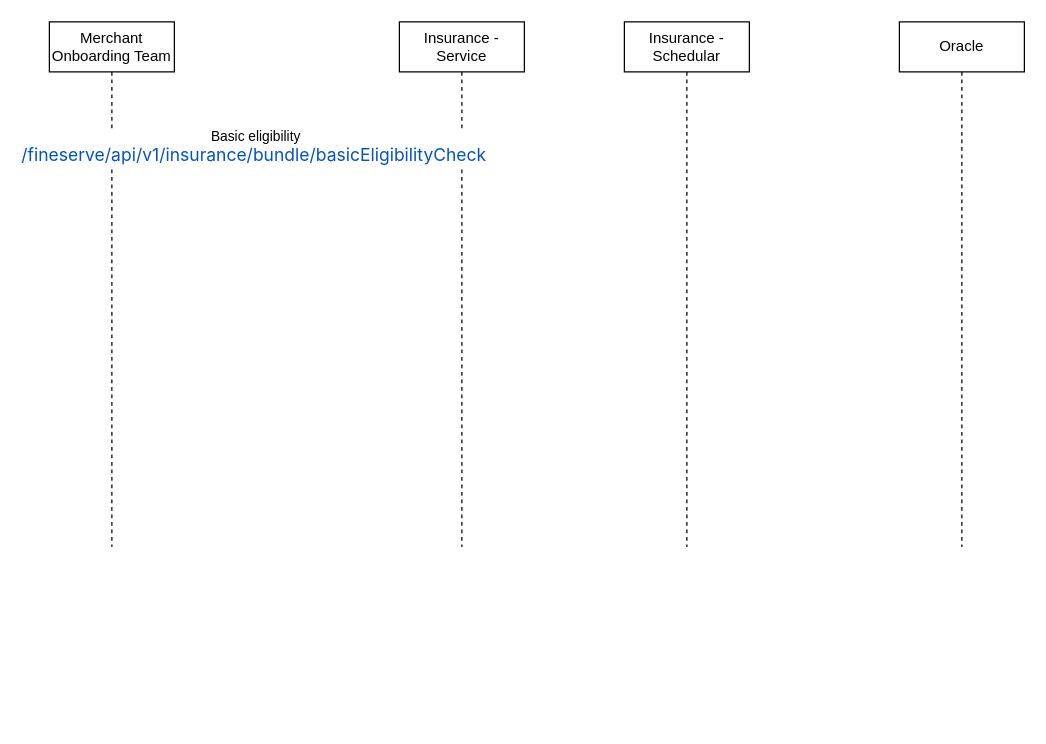
Above: GPA on bundle.drawio in ashwiniadlakha/draw_io (draw.io), before the change. Source tidied: cells renumbered, new cells numbered last; positions are measured from the earlier drawing's top-left corner, leaving out a move shared by most shapes. Both pictures are drawn from the tidied source at 125%, with x=0, y=0 at pixel (49, 21).
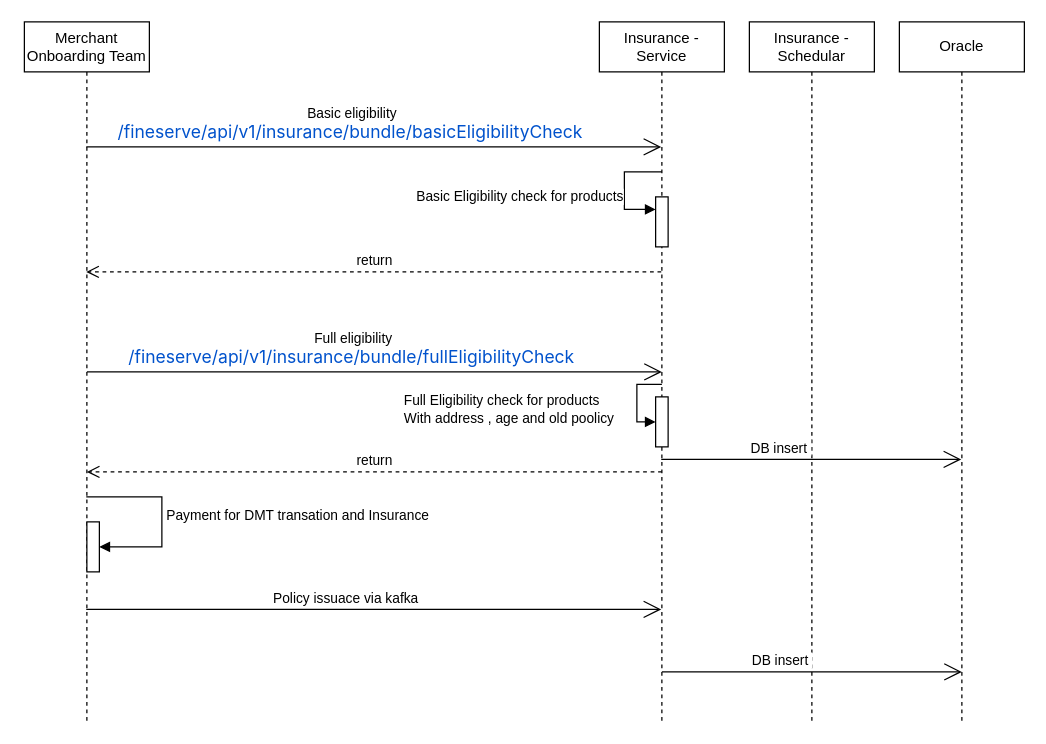
The same page after the edit.

Unchanged cells that the change refers to:
```xml
<mxCell id="6" style="endArrow=open;endFill=1;endSize=12;html=1;rounded=0;" parent="1" edge="1" source="2" target="3">
  <mxGeometry relative="1" as="geometry">
    <Array as="points">
      <mxPoint x="190" y="100" />
    </Array>
  </mxGeometry>
</mxCell>
```

What changed in the source:
```diff
@@
     <mxCell id="2" value="Merchant Onboarding Team" style="shape=umlLifeline;perimeter=lifelinePerimeter;whiteSpace=wrap;html=1;outlineConnect=0;portConstraint=eastwest;newEdgeStyle={&quot;edgeStyle&quot;:&quot;elbowEdgeStyle&quot;,&quot;elbow&quot;:&quot;vertical&quot;,&quot;curved&quot;:0,&quot;rounded&quot;:0};" parent="1" vertex="1">
-      <mxGeometry width="100" height="420" as="geometry" />
+      <mxGeometry x="-20" width="100" height="560" as="geometry" />
     </mxCell>
+    <mxCell id="8" style="html=1;points=[];perimeter=orthogonalPerimeter;outlineConnect=0;targetShapes=umlLifeline;portConstraint=eastwest;newEdgeStyle={&quot;edgeStyle&quot;:&quot;elbowEdgeStyle&quot;,&quot;elbow&quot;:&quot;vertical&quot;,&quot;curved&quot;:0,&quot;rounded&quot;:0};" parent="2" vertex="1">
+      <mxGeometry x="50" y="400" width="10" height="40" as="geometry" />
+    </mxCell>
+    <mxCell id="9" value="Payment for DMT transation and Insurance" style="html=1;align=left;spacingLeft=2;endArrow=block;rounded=0;edgeStyle=orthogonalEdgeStyle;curved=0;rounded=0;" parent="2" edge="1" source="2" target="8">
+      <mxGeometry relative="1" as="geometry">
+        <Array as="points">
+          <mxPoint x="110" y="380" />
+          <mxPoint x="110" y="420" />
+        </Array>
+      </mxGeometry>
+    </mxCell>
     <mxCell id="3" value="Insurance - Service" style="shape=umlLifeline;perimeter=lifelinePerimeter;whiteSpace=wrap;html=1;outlineConnect=0;portConstraint=eastwest;newEdgeStyle={&quot;edgeStyle&quot;:&quot;elbowEdgeStyle&quot;,&quot;elbow&quot;:&quot;vertical&quot;,&quot;curved&quot;:0,&quot;rounded&quot;:0};" parent="1" vertex="1">
-      <mxGeometry x="280" width="100" height="420" as="geometry" />
+      <mxGeometry x="440" width="100" height="560" as="geometry" />
     </mxCell>
+    <mxCell id="10" style="html=1;points=[];perimeter=orthogonalPerimeter;outlineConnect=0;targetShapes=umlLifeline;portConstraint=eastwest;newEdgeStyle={&quot;edgeStyle&quot;:&quot;elbowEdgeStyle&quot;,&quot;elbow&quot;:&quot;vertical&quot;,&quot;curved&quot;:0,&quot;rounded&quot;:0};" parent="3" vertex="1">
+      <mxGeometry x="45" y="140" width="10" height="40" as="geometry" />
+    </mxCell>
+    <mxCell id="11" value="Basic Eligibility check for products" style="html=1;align=left;spacingLeft=2;endArrow=block;rounded=0;edgeStyle=orthogonalEdgeStyle;curved=0;rounded=0;" parent="3" edge="1" target="10">
+      <mxGeometry x="0.18" y="-170" relative="1" as="geometry">
+        <mxPoint x="50" y="120" as="sourcePoint" />
+        <Array as="points">
+          <mxPoint x="20" y="120" />
+          <mxPoint x="20" y="150" />
+        </Array>
+      </mxGeometry>
+    </mxCell>
+    <mxCell id="12" style="html=1;points=[];perimeter=orthogonalPerimeter;outlineConnect=0;targetShapes=umlLifeline;portConstraint=eastwest;newEdgeStyle={&quot;edgeStyle&quot;:&quot;elbowEdgeStyle&quot;,&quot;elbow&quot;:&quot;vertical&quot;,&quot;curved&quot;:0,&quot;rounded&quot;:0};" parent="3" vertex="1">
+      <mxGeometry x="45" y="300" width="10" height="40" as="geometry" />
+    </mxCell>
     <mxCell id="4" value="Insurance - Schedular" style="shape=umlLifeline;perimeter=lifelinePerimeter;whiteSpace=wrap;html=1;newEdgeStyle={&quot;edgeStyle&quot;:&quot;elbowEdgeStyle&quot;,&quot;elbow&quot;:&quot;vertical&quot;,&quot;curved&quot;:0,&quot;rounded&quot;:0};" parent="1" vertex="1">
-      <mxGeometry x="460" width="100" height="420" as="geometry" />
+      <mxGeometry x="560" width="100" height="560" as="geometry" />
     </mxCell>
     <mxCell id="5" value="Oracle" style="shape=umlLifeline;perimeter=lifelinePerimeter;whiteSpace=wrap;html=1;outlineConnect=0;portConstraint=eastwest;newEdgeStyle={&quot;edgeStyle&quot;:&quot;elbowEdgeStyle&quot;,&quot;elbow&quot;:&quot;vertical&quot;,&quot;curved&quot;:0,&quot;rounded&quot;:0};" parent="1" vertex="1">
-      <mxGeometry x="680" width="100" height="420" as="geometry" />
+      <mxGeometry x="680" width="100" height="560" as="geometry" />
     </mxCell>
@@
     <mxCell id="7" value="Basic eligibility&lt;br&gt;&lt;a style=&quot;color: rgb(0, 82, 204); text-decoration: var(--aui-link-decoration); font-family: -apple-system, &amp;quot;system-ui&amp;quot;, &amp;quot;Segoe UI&amp;quot;, Roboto, Oxygen, Ubuntu, &amp;quot;Fira Sans&amp;quot;, &amp;quot;Droid Sans&amp;quot;, &amp;quot;Helvetica Neue&amp;quot;, sans-serif; font-size: 14px; text-align: left;&quot; rel=&quot;nofollow&quot; class=&quot;external-link&quot; href=&quot;https://apbuat.airtelbank.com/fineserve/api/v1/insurance/bundle/basicEligibilityCheck&quot;&gt;/fineserve/api/v1/insurance/bundle/basicEligibilityCheck&lt;/a&gt;&amp;nbsp;" style="edgeLabel;html=1;align=center;verticalAlign=middle;" parent="6" vertex="1">
-      <mxGeometry x="-0.18" y="1" relative="1" as="geometry" />
+      <mxGeometry x="-0.18" y="1" relative="1" as="geometry">
+        <mxPoint x="23" y="-19" as="offset" />
+      </mxGeometry>
     </mxCell>
+    <mxCell id="13" value="return" style="html=1;verticalAlign=bottom;endArrow=open;dashed=1;endSize=8;edgeStyle=elbowEdgeStyle;elbow=vertical;curved=0;rounded=0;" parent="1" edge="1" source="3" target="2">
+      <mxGeometry relative="1" as="geometry">
+        <Array as="points">
+          <mxPoint x="280" y="200" />
+        </Array>
+      </mxGeometry>
+    </mxCell>
+    <mxCell id="14" value="Full Eligibility check for products&lt;br&gt;With address , age and old poolicy" style="html=1;align=left;spacingLeft=2;endArrow=block;rounded=0;edgeStyle=orthogonalEdgeStyle;curved=0;rounded=0;" parent="1" edge="1" target="12">
+      <mxGeometry x="0.23" y="-190" relative="1" as="geometry">
+        <mxPoint x="490" y="290" as="sourcePoint" />
+        <Array as="points">
+          <mxPoint x="470" y="290" />
+          <mxPoint x="470" y="320" />
+        </Array>
+      </mxGeometry>
+    </mxCell>
+    <mxCell id="15" style="endArrow=open;endFill=1;endSize=12;html=1;rounded=0;" parent="1" edge="1">
+      <mxGeometry relative="1" as="geometry">
+        <mxPoint x="30" y="280" as="sourcePoint" />
+        <mxPoint x="490" y="280" as="targetPoint" />
+        <Array as="points">
+          <mxPoint x="190" y="280" />
+        </Array>
+      </mxGeometry>
+    </mxCell>
+    <mxCell id="16" value="Full eligibility&lt;br&gt;&lt;a href=&quot;https://apbuat.airtelbank.com/fineserve/api/v1/insurance/bundle/basicEligibilityCheck&quot; class=&quot;external-link&quot; rel=&quot;nofollow&quot; style=&quot;color: rgb(0, 82, 204); text-decoration: var(--aui-link-decoration); font-family: -apple-system, &amp;quot;system-ui&amp;quot;, &amp;quot;Segoe UI&amp;quot;, Roboto, Oxygen, Ubuntu, &amp;quot;Fira Sans&amp;quot;, &amp;quot;Droid Sans&amp;quot;, &amp;quot;Helvetica Neue&amp;quot;, sans-serif; font-size: 14px; text-align: left;&quot;&gt;/fineserve/api/v1/insurance/bundle/fullEligibilityCheck&lt;/a&gt;&amp;nbsp;" style="edgeLabel;html=1;align=center;verticalAlign=middle;" parent="15" vertex="1">
+      <mxGeometry x="-0.18" y="1" relative="1" as="geometry">
+        <mxPoint x="23" y="-19" as="offset" />
+      </mxGeometry>
+    </mxCell>
+    <mxCell id="17" value="return" style="html=1;verticalAlign=bottom;endArrow=open;dashed=1;endSize=8;edgeStyle=elbowEdgeStyle;elbow=vertical;curved=0;rounded=0;" parent="1" edge="1">
+      <mxGeometry relative="1" as="geometry">
+        <mxPoint x="490" y="360" as="sourcePoint" />
+        <mxPoint x="30" y="360" as="targetPoint" />
+      </mxGeometry>
+    </mxCell>
+    <mxCell id="18" style="endArrow=open;endFill=1;endSize=12;html=1;rounded=0;" parent="1" edge="1" source="3" target="5">
+      <mxGeometry relative="1" as="geometry">
+        <Array as="points">
+          <mxPoint x="620" y="350" />
+        </Array>
+      </mxGeometry>
+    </mxCell>
+    <mxCell id="19" value="DB insert&amp;nbsp;" style="edgeLabel;html=1;align=center;verticalAlign=middle;" parent="18" vertex="1">
+      <mxGeometry x="-0.21" y="3" relative="1" as="geometry">
+        <mxPoint y="-7" as="offset" />
+      </mxGeometry>
+    </mxCell>
+    <mxCell id="20" style="endArrow=open;endFill=1;endSize=12;html=1;rounded=0;" parent="1" edge="1" source="2" target="3">
+      <mxGeometry relative="1" as="geometry">
+        <Array as="points">
+          <mxPoint x="250" y="470" />
+        </Array>
+      </mxGeometry>
+    </mxCell>
+    <mxCell id="21" value="Policy issuace via kafka" style="edgeLabel;html=1;align=center;verticalAlign=middle;" parent="20" vertex="1">
+      <mxGeometry x="-0.1" y="3" relative="1" as="geometry">
+        <mxPoint y="-7" as="offset" />
+      </mxGeometry>
+    </mxCell>
+    <mxCell id="22" style="endArrow=open;endFill=1;endSize=12;html=1;rounded=0;" parent="1" edge="1">
+      <mxGeometry relative="1" as="geometry">
+        <mxPoint x="490" y="520" as="sourcePoint" />
+        <mxPoint x="730" y="520" as="targetPoint" />
+        <Array as="points">
+          <mxPoint x="620" y="520" />
+        </Array>
+      </mxGeometry>
+    </mxCell>
+    <mxCell id="23" value="DB insert&amp;nbsp;" style="edgeLabel;html=1;align=center;verticalAlign=middle;" parent="22" vertex="1">
+      <mxGeometry x="-0.21" y="3" relative="1" as="geometry">
+        <mxPoint y="-7" as="offset" />
+      </mxGeometry>
+    </mxCell>
```
